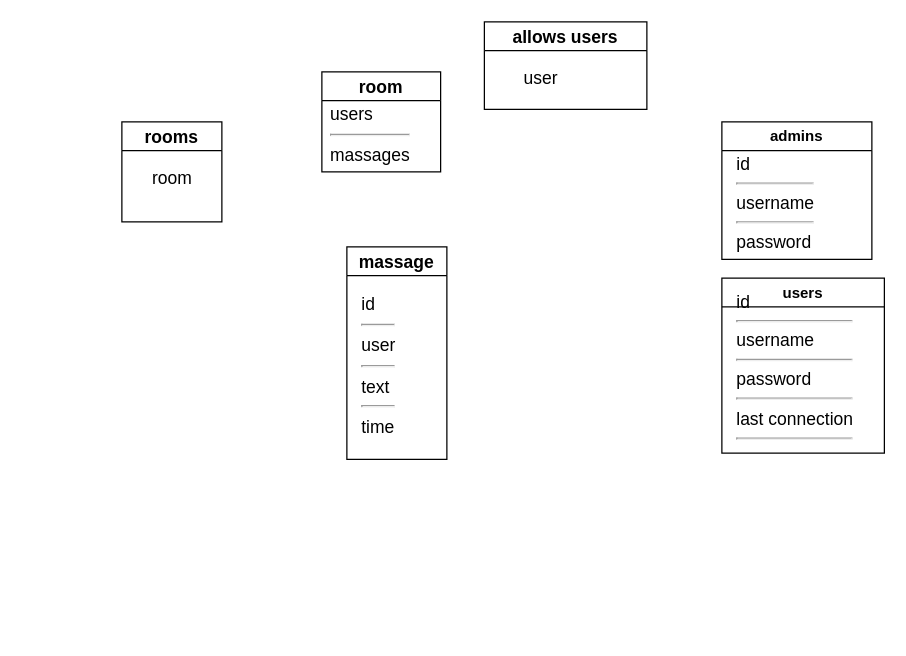
This is Untitled Diagram.drawio from noambaum00/chat, a draw.io file, before an edit. Source tidied: cells renumbered, new cells numbered last; positions are measured from the earlier drawing's top-left corner, leaving out a move shared by most shapes. Both pictures are drawn from the tidied source at 125%, with x=0, y=0 at pixel (121, 21).
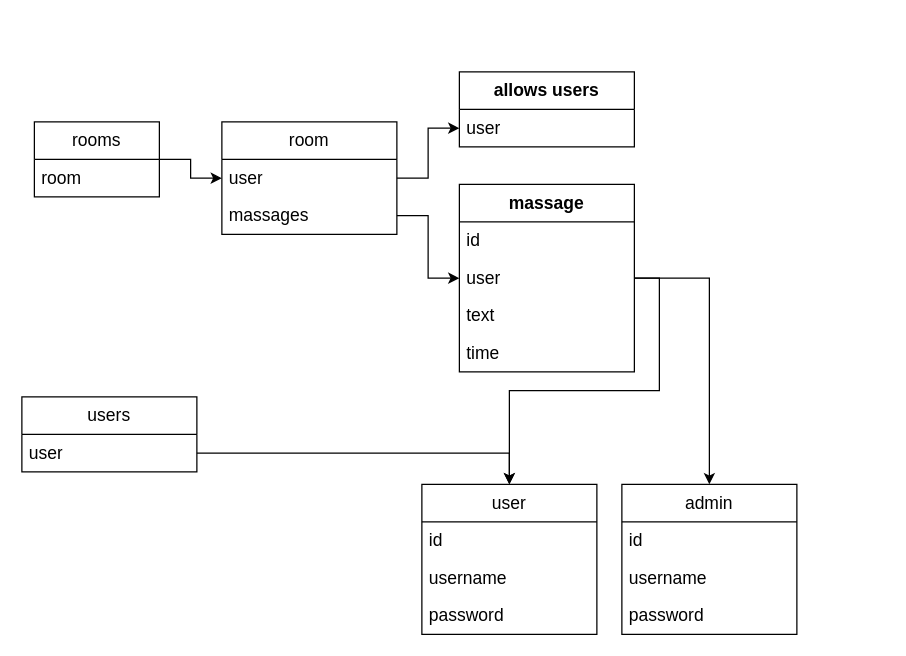
The same diagram, later.

Diff of the diagram source:
```diff
@@
+    <mxCell id="14" style="edgeStyle=orthogonalEdgeStyle;rounded=0;jettySize=auto;html=1;fontSize=14;" parent="1" edge="1" source="6" target="16">
+      <mxGeometry relative="1" as="geometry" />
+    </mxCell>
+    <mxCell id="6" value="rooms" style="swimlane;fontStyle=0;horizontal=1;startSize=30;whiteSpace=wrap;html=1;strokeColor=default;fontSize=14;fillColor=none;" parent="1" vertex="1">
+      <mxGeometry x="-70" y="80" width="100" height="60" as="geometry" />
+    </mxCell>
+    <mxCell id="15" value="room" style="text;strokeColor=none;fillColor=none;align=left;verticalAlign=middle;spacingLeft=4;spacingRight=4;overflow=hidden;whiteSpace=wrap;html=1;fontSize=14;" parent="6" vertex="1">
+      <mxGeometry y="30" width="100" height="30" as="geometry" />
+    </mxCell>
+    <mxCell id="16" value="room" style="swimlane;fontStyle=0;horizontal=1;startSize=30;whiteSpace=wrap;html=1;strokeColor=default;fontSize=14;fillColor=none;" parent="1" vertex="1">
+      <mxGeometry x="80" y="80" width="140" height="90" as="geometry" />
+    </mxCell>
+    <mxCell id="17" value="user" style="text;strokeColor=none;fillColor=none;align=left;verticalAlign=middle;spacingLeft=4;spacingRight=4;overflow=hidden;points=[[0,0.5],[1,0.5]];portConstraint=eastwest;whiteSpace=wrap;html=1;fontSize=14;" parent="16" vertex="1">
+      <mxGeometry y="30" width="140" height="30" as="geometry" />
+    </mxCell>
+    <mxCell id="18" value="massages" style="text;strokeColor=none;fillColor=none;align=left;verticalAlign=middle;spacingLeft=4;spacingRight=4;overflow=hidden;points=[[0,0.5],[1,0.5]];portConstraint=eastwest;whiteSpace=wrap;html=1;fontSize=14;" parent="16" vertex="1">
+      <mxGeometry y="60" width="140" height="30" as="geometry" />
+    </mxCell>
+    <mxCell id="8" value="&lt;span style=&quot;font-weight: 700;&quot;&gt;allows users&lt;/span&gt;" style="swimlane;fontStyle=0;horizontal=1;startSize=30;whiteSpace=wrap;html=1;strokeColor=default;fontSize=14;fillColor=none;" parent="1" vertex="1">
+      <mxGeometry x="270" y="40" width="140" height="60" as="geometry" />
+    </mxCell>
+    <mxCell id="19" value="user" style="text;strokeColor=none;fillColor=none;align=left;verticalAlign=middle;spacingLeft=4;spacingRight=4;overflow=hidden;points=[[0,0.5],[1,0.5]];portConstraint=eastwest;whiteSpace=wrap;html=1;fontSize=14;" parent="8" vertex="1">
+      <mxGeometry y="30" width="140" height="30" as="geometry" />
+    </mxCell>
+    <mxCell id="12" value="&lt;span style=&quot;font-weight: 700;&quot;&gt;massage&lt;/span&gt;" style="swimlane;fontStyle=0;horizontal=1;startSize=30;whiteSpace=wrap;html=1;strokeColor=default;fontSize=14;fillColor=none;" parent="1" vertex="1">
+      <mxGeometry x="270" y="130" width="140" height="150" as="geometry" />
+    </mxCell>
+    <mxCell id="20" value="id" style="text;strokeColor=none;fillColor=none;align=left;verticalAlign=middle;spacingLeft=4;spacingRight=4;overflow=hidden;whiteSpace=wrap;html=1;fontSize=14;" parent="12" vertex="1">
+      <mxGeometry y="30" width="140" height="30" as="geometry" />
+    </mxCell>
+    <mxCell id="21" value="user" style="text;strokeColor=none;fillColor=none;align=left;verticalAlign=middle;spacingLeft=4;spacingRight=4;overflow=hidden;points=[[0,0.5],[1,0.5]];portConstraint=eastwest;whiteSpace=wrap;html=1;fontSize=14;" parent="12" vertex="1">
+      <mxGeometry y="60" width="140" height="30" as="geometry" />
+    </mxCell>
+    <mxCell id="22" value="text" style="text;strokeColor=none;fillColor=none;align=left;verticalAlign=middle;spacingLeft=4;spacingRight=4;overflow=hidden;whiteSpace=wrap;html=1;fontSize=14;" parent="12" vertex="1">
+      <mxGeometry y="90" width="140" height="30" as="geometry" />
+    </mxCell>
+    <mxCell id="23" value="time" style="text;strokeColor=none;fillColor=none;align=left;verticalAlign=middle;spacingLeft=4;spacingRight=4;overflow=hidden;whiteSpace=wrap;html=1;fontSize=14;" parent="12" vertex="1">
+      <mxGeometry y="120" width="140" height="30" as="geometry" />
+    </mxCell>
+    <mxCell id="24" value="user" style="swimlane;fontStyle=0;horizontal=1;startSize=30;whiteSpace=wrap;html=1;strokeColor=default;fontSize=14;fillColor=none;" parent="1" vertex="1">
+      <mxGeometry x="240" y="370" width="140" height="120" as="geometry" />
+    </mxCell>
+    <mxCell id="25" value="id" style="text;strokeColor=none;fillColor=none;align=left;verticalAlign=middle;spacingLeft=4;spacingRight=4;overflow=hidden;whiteSpace=wrap;html=1;fontSize=14;" parent="24" vertex="1">
+      <mxGeometry y="30" width="140" height="30" as="geometry" />
+    </mxCell>
+    <mxCell id="26" value="username" style="text;strokeColor=none;fillColor=none;align=left;verticalAlign=middle;spacingLeft=4;spacingRight=4;overflow=hidden;whiteSpace=wrap;html=1;fontSize=14;" parent="24" vertex="1">
+      <mxGeometry y="60" width="140" height="30" as="geometry" />
+    </mxCell>
+    <mxCell id="27" value="password" style="text;strokeColor=none;fillColor=none;align=left;verticalAlign=middle;spacingLeft=4;spacingRight=4;overflow=hidden;whiteSpace=wrap;html=1;fontSize=14;" parent="24" vertex="1">
+      <mxGeometry y="90" width="140" height="30" as="geometry" />
+    </mxCell>
+    <mxCell id="28" value="admin" style="swimlane;fontStyle=0;horizontal=1;startSize=30;whiteSpace=wrap;html=1;strokeColor=default;fontSize=14;fillColor=none;" parent="1" vertex="1">
+      <mxGeometry x="400" y="370" width="140" height="120" as="geometry" />
+    </mxCell>
+    <mxCell id="29" value="id" style="text;strokeColor=none;fillColor=none;align=left;verticalAlign=middle;spacingLeft=4;spacingRight=4;overflow=hidden;whiteSpace=wrap;html=1;fontSize=14;" parent="28" vertex="1">
+      <mxGeometry y="30" width="140" height="30" as="geometry" />
+    </mxCell>
+    <mxCell id="30" value="username" style="text;strokeColor=none;fillColor=none;align=left;verticalAlign=middle;spacingLeft=4;spacingRight=4;overflow=hidden;whiteSpace=wrap;html=1;fontSize=14;" parent="28" vertex="1">
+      <mxGeometry y="60" width="140" height="30" as="geometry" />
+    </mxCell>
+    <mxCell id="31" value="password" style="text;strokeColor=none;fillColor=none;align=left;verticalAlign=middle;spacingLeft=4;spacingRight=4;overflow=hidden;whiteSpace=wrap;html=1;fontSize=14;" parent="28" vertex="1">
+      <mxGeometry y="90" width="140" height="30" as="geometry" />
+    </mxCell>
-    <mxCell id="2" value="users" style="swimlane;whiteSpace=wrap;html=1;" parent="1" vertex="1">
-      <mxGeometry x="480" y="205" width="130" height="140" as="geometry" />
+    <mxCell id="2" value="users" style="swimlane;fontStyle=0;horizontal=1;startSize=30;whiteSpace=wrap;html=1;strokeColor=default;fontSize=14;fillColor=none;" parent="1" vertex="1">
+      <mxGeometry x="-80" y="300" width="140" height="60" as="geometry" />
     </mxCell>
-    <mxCell id="3" value="&lt;font style=&quot;font-size: 14px;&quot;&gt;id&lt;/font&gt;&lt;hr&gt;&lt;div style=&quot;font-size: 14px;&quot;&gt;&lt;span style=&quot;background-color: initial;&quot;&gt;&lt;font style=&quot;font-size: 14px;&quot;&gt;username&lt;/font&gt;&lt;/span&gt;&lt;/div&gt;&lt;hr&gt;&lt;div style=&quot;font-size: 14px;&quot;&gt;&lt;span style=&quot;background-color: initial;&quot;&gt;&lt;font style=&quot;font-size: 14px;&quot;&gt;password&lt;/font&gt;&lt;/span&gt;&lt;/div&gt;&lt;div style=&quot;font-size: 14px;&quot;&gt;&lt;hr&gt;last connection&lt;/div&gt;&lt;hr&gt;" style="text;html=1;align=left;verticalAlign=middle;strokeColor=none;fillColor=none;spacingTop=5;" parent="2" vertex="1">
-      <mxGeometry x="10" width="120" height="140" as="geometry" />
-    </mxCell>
-    <mxCell id="4" value="admins" style="swimlane;whiteSpace=wrap;html=1;" parent="1" vertex="1">
-      <mxGeometry x="480" y="80" width="120" height="110" as="geometry" />
-    </mxCell>
-    <mxCell id="5" value="&lt;font style=&quot;font-size: 14px;&quot;&gt;id&lt;/font&gt;&lt;hr&gt;&lt;div style=&quot;font-size: 14px;&quot;&gt;&lt;span style=&quot;background-color: initial;&quot;&gt;&lt;font style=&quot;font-size: 14px;&quot;&gt;username&lt;/font&gt;&lt;/span&gt;&lt;/div&gt;&lt;hr&gt;&lt;div style=&quot;font-size: 14px;&quot;&gt;&lt;span style=&quot;background-color: initial;&quot;&gt;&lt;font style=&quot;font-size: 14px;&quot;&gt;password&lt;/font&gt;&lt;/span&gt;&lt;/div&gt;&lt;div style=&quot;font-size: 14px;&quot;&gt;&lt;br&gt;&lt;/div&gt;" style="text;html=1;align=left;verticalAlign=middle;strokeColor=none;fillColor=none;spacingTop=5;" parent="4" vertex="1">
-      <mxGeometry x="10" y="15" width="90" height="110" as="geometry" />
-    </mxCell>
-    <mxCell id="6" value="rooms" style="swimlane;whiteSpace=wrap;html=1;strokeColor=default;fontSize=14;fillColor=none;" parent="1" vertex="1">
-      <mxGeometry y="80" width="80" height="80" as="geometry" />
-    </mxCell>
-    <mxCell id="7" value="room" style="text;html=1;align=center;verticalAlign=middle;strokeColor=none;fillColor=none;fontSize=14;" parent="6" vertex="1">
-      <mxGeometry x="10" y="30" width="60" height="30" as="geometry" />
-    </mxCell>
-    <mxCell id="8" value="allows users" style="swimlane;whiteSpace=wrap;html=1;strokeColor=default;fontSize=14;fillColor=none;" parent="1" vertex="1">
-      <mxGeometry x="290" width="130" height="70" as="geometry" />
-    </mxCell>
-    <mxCell id="9" value="user" style="text;html=1;align=center;verticalAlign=middle;strokeColor=none;fillColor=none;fontSize=14;" parent="8" vertex="1">
-      <mxGeometry x="20" y="30" width="50" height="30" as="geometry" />
-    </mxCell>
-    <mxCell id="10" value="room" style="swimlane;whiteSpace=wrap;html=1;strokeColor=default;fontSize=14;fillColor=none;" parent="1" vertex="1">
-      <mxGeometry x="160" y="40" width="95" height="80" as="geometry" />
-    </mxCell>
-    <mxCell id="11" value="&lt;div style=&quot;&quot;&gt;&lt;span style=&quot;background-color: initial;&quot;&gt;users&lt;/span&gt;&lt;/div&gt;&lt;hr&gt;&lt;div style=&quot;&quot;&gt;massages&lt;br&gt;&lt;/div&gt;" style="text;html=1;align=left;verticalAlign=middle;strokeColor=none;fillColor=none;fontSize=14;" parent="10" vertex="1">
-      <mxGeometry x="5" y="20" width="90" height="60" as="geometry" />
-    </mxCell>
-    <mxCell id="12" value="massage" style="swimlane;whiteSpace=wrap;html=1;strokeColor=default;fontSize=14;fillColor=none;" parent="1" vertex="1">
-      <mxGeometry x="180" y="180" width="80" height="170" as="geometry" />
-    </mxCell>
-    <mxCell id="13" value="id&lt;hr&gt;user&lt;hr&gt;text&lt;hr&gt;time" style="text;html=1;align=left;verticalAlign=middle;strokeColor=none;fillColor=none;fontSize=14;" parent="12" vertex="1">
-      <mxGeometry x="10" y="30" width="50" height="130" as="geometry" />
-    </mxCell>
+    <mxCell id="32" value="user" style="text;strokeColor=none;fillColor=none;align=left;verticalAlign=middle;spacingLeft=4;spacingRight=4;overflow=hidden;points=[[0,0.5],[1,0.5]];portConstraint=eastwest;whiteSpace=wrap;html=1;fontSize=14;" parent="2" vertex="1">
+      <mxGeometry y="30" width="140" height="30" as="geometry" />
+    </mxCell>
+    <mxCell id="33" style="edgeStyle=orthogonalEdgeStyle;rounded=0;jettySize=auto;html=1;entryX=0;entryY=0.5;entryDx=0;entryDy=0;fontSize=14;" parent="1" edge="1" source="17" target="19">
+      <mxGeometry relative="1" as="geometry" />
+    </mxCell>
+    <mxCell id="34" style="edgeStyle=orthogonalEdgeStyle;rounded=0;jettySize=auto;html=1;fontSize=14;" parent="1" edge="1" source="18" target="12">
+      <mxGeometry relative="1" as="geometry" />
+    </mxCell>
+    <mxCell id="35" style="edgeStyle=orthogonalEdgeStyle;rounded=0;jettySize=auto;html=1;exitX=1;exitY=0.5;exitDx=0;exitDy=0;fontSize=14;" parent="1" edge="1" source="21" target="24">
+      <mxGeometry relative="1" as="geometry" />
+    </mxCell>
+    <mxCell id="36" style="edgeStyle=orthogonalEdgeStyle;rounded=0;jettySize=auto;html=1;fontSize=14;" parent="1" edge="1" source="21" target="28">
+      <mxGeometry relative="1" as="geometry" />
+    </mxCell>
+    <mxCell id="37" style="edgeStyle=orthogonalEdgeStyle;rounded=0;jettySize=auto;html=1;fontSize=14;" parent="1" edge="1" source="32" target="24">
+      <mxGeometry relative="1" as="geometry" />
+    </mxCell>
```
